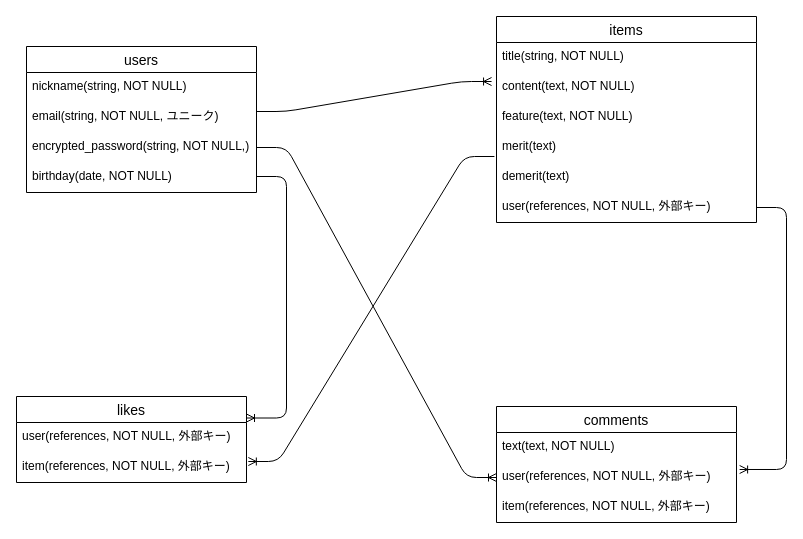
Before: insurance.dio in gi-hagi/insurance, a draw.io diagram. Source tidied: cells renumbered, new cells numbered last; positions are measured from the earlier drawing's top-left corner, leaving out a move shared by most shapes. Both pictures are drawn from the tidied source at 100%, with x=0, y=0 at pixel (16, 16).
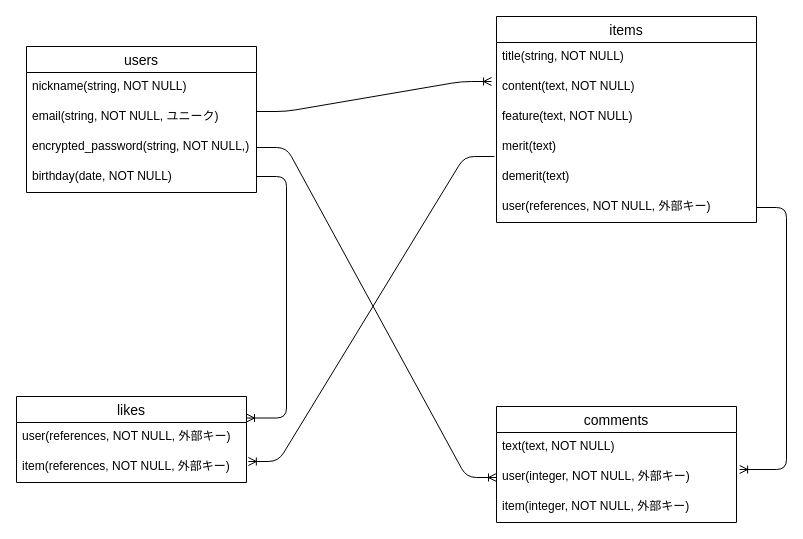
The same diagram, later.

Unchanged cells that the change refers to:
```xml
<mxCell id="17" value="comments" style="swimlane;fontStyle=0;horizontal=1;startSize=26;align=center;fontSize=14;" parent="1" vertex="1">
  <mxGeometry x="480" y="390" width="240" height="116" as="geometry" />
</mxCell>
```

The edit, as a diff of the source:
```diff
@@
-    <mxCell id="19" value="user(references, NOT NULL, 外部キー) " style="text;strokeColor=none;fillColor=none;spacingLeft=4;spacingRight=4;overflow=hidden;points=[[0,0.5],[1,0.5]];portConstraint=eastwest;fontSize=12;" parent="17" vertex="1">
+    <mxCell id="19" value="user(integer, NOT NULL, 外部キー) " style="text;strokeColor=none;fillColor=none;spacingLeft=4;spacingRight=4;overflow=hidden;points=[[0,0.5],[1,0.5]];portConstraint=eastwest;fontSize=12;" parent="17" vertex="1">
       <mxGeometry y="56" width="240" height="30" as="geometry" />
     </mxCell>
-    <mxCell id="20" value="item(references, NOT NULL, 外部キー) " style="text;strokeColor=none;fillColor=none;spacingLeft=4;spacingRight=4;overflow=hidden;fontSize=12;" parent="17" vertex="1">
+    <mxCell id="20" value="item(integer, NOT NULL, 外部キー) " style="text;strokeColor=none;fillColor=none;spacingLeft=4;spacingRight=4;overflow=hidden;fontSize=12;" parent="17" vertex="1">
       <mxGeometry y="86" width="240" height="30" as="geometry" />
     </mxCell>
```
